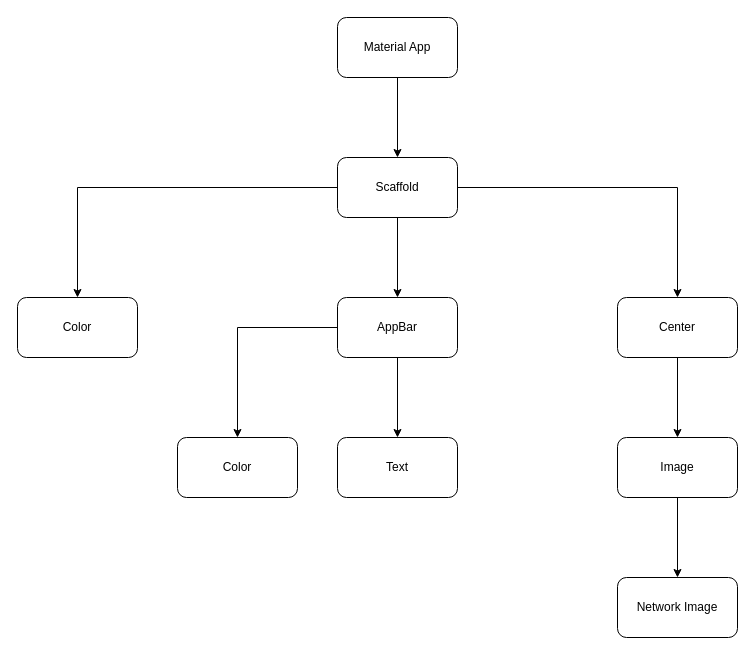
This is i_am_a_rich_dad.drawio from ysbush/untitled, a draw.io file, before an edit. Source tidied: cells renumbered, new cells numbered last; positions are measured from the earlier drawing's top-left corner, leaving out a move shared by most shapes. Both pictures are drawn from the tidied source at 100%, with x=0, y=0 at pixel (17, 17).
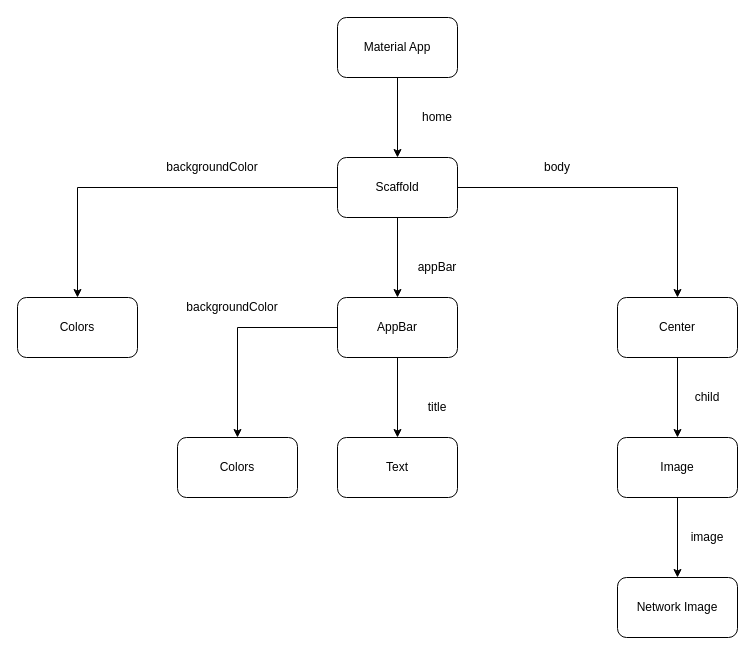
Above is the later version.

Change to the diagram source:
```diff
@@
-    <mxCell id="8" value="Color" style="rounded=1;whiteSpace=wrap;html=1;" parent="1" vertex="1">
+    <mxCell id="8" value="Colors" style="rounded=1;whiteSpace=wrap;html=1;" parent="1" vertex="1">
       <mxGeometry y="280" width="120" height="60" as="geometry" />
     </mxCell>
@@
-    <mxCell id="17" value="Color" style="rounded=1;whiteSpace=wrap;html=1;" parent="1" vertex="1">
+    <mxCell id="17" value="Colors" style="rounded=1;whiteSpace=wrap;html=1;" parent="1" vertex="1">
       <mxGeometry x="160" y="420" width="120" height="60" as="geometry" />
     </mxCell>
@@
+    <mxCell id="19" value="appBar" style="text;html=1;strokeColor=none;fillColor=none;align=center;verticalAlign=middle;whiteSpace=wrap;rounded=0;" parent="1" vertex="1">
+      <mxGeometry x="400" y="240" width="40" height="20" as="geometry" />
+    </mxCell>
+    <mxCell id="20" value="home" style="text;html=1;strokeColor=none;fillColor=none;align=center;verticalAlign=middle;whiteSpace=wrap;rounded=0;" parent="1" vertex="1">
+      <mxGeometry x="400" y="90" width="40" height="20" as="geometry" />
+    </mxCell>
+    <mxCell id="21" value="body" style="text;html=1;strokeColor=none;fillColor=none;align=center;verticalAlign=middle;whiteSpace=wrap;rounded=0;" parent="1" vertex="1">
+      <mxGeometry x="520" y="140" width="40" height="20" as="geometry" />
+    </mxCell>
+    <mxCell id="22" value="title" style="text;html=1;strokeColor=none;fillColor=none;align=center;verticalAlign=middle;whiteSpace=wrap;rounded=0;" parent="1" vertex="1">
+      <mxGeometry x="400" y="380" width="40" height="20" as="geometry" />
+    </mxCell>
+    <mxCell id="23" value="backgroundColor" style="text;html=1;strokeColor=none;fillColor=none;align=center;verticalAlign=middle;whiteSpace=wrap;rounded=0;" parent="1" vertex="1">
+      <mxGeometry x="130" y="140" width="130" height="20" as="geometry" />
+    </mxCell>
+    <mxCell id="24" value="backgroundColor" style="text;html=1;strokeColor=none;fillColor=none;align=center;verticalAlign=middle;whiteSpace=wrap;rounded=0;" parent="1" vertex="1">
+      <mxGeometry x="150" y="280" width="130" height="20" as="geometry" />
+    </mxCell>
+    <mxCell id="25" value="child" style="text;html=1;strokeColor=none;fillColor=none;align=center;verticalAlign=middle;whiteSpace=wrap;rounded=0;" parent="1" vertex="1">
+      <mxGeometry x="670" y="370" width="40" height="20" as="geometry" />
+    </mxCell>
+    <mxCell id="26" value="image" style="text;html=1;strokeColor=none;fillColor=none;align=center;verticalAlign=middle;whiteSpace=wrap;rounded=0;" parent="1" vertex="1">
+      <mxGeometry x="670" y="510" width="40" height="20" as="geometry" />
+    </mxCell>
```
